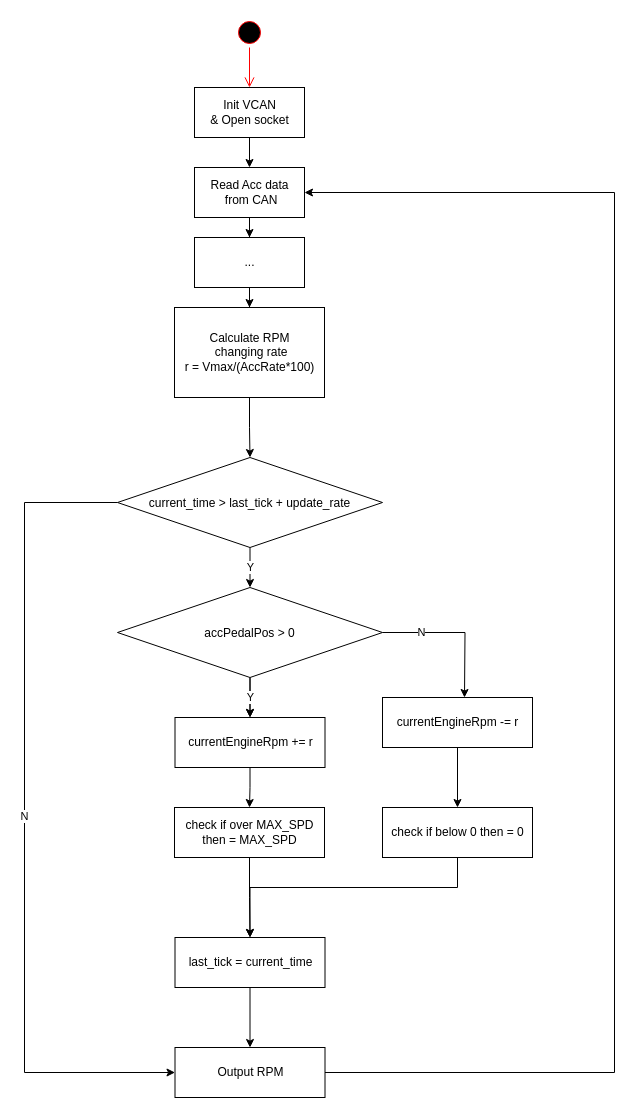
yongsenliu/Ramone keeps this draw.io diagram as Requirements/ControlFlowDiagram.drawio. Above is the earlier version. Source tidied: cells renumbered, new cells numbered last; positions are measured from the earlier drawing's top-left corner, leaving out a move shared by most shapes. Both pictures are drawn from the tidied source at 100%, with x=0, y=0 at pixel (24, 17).
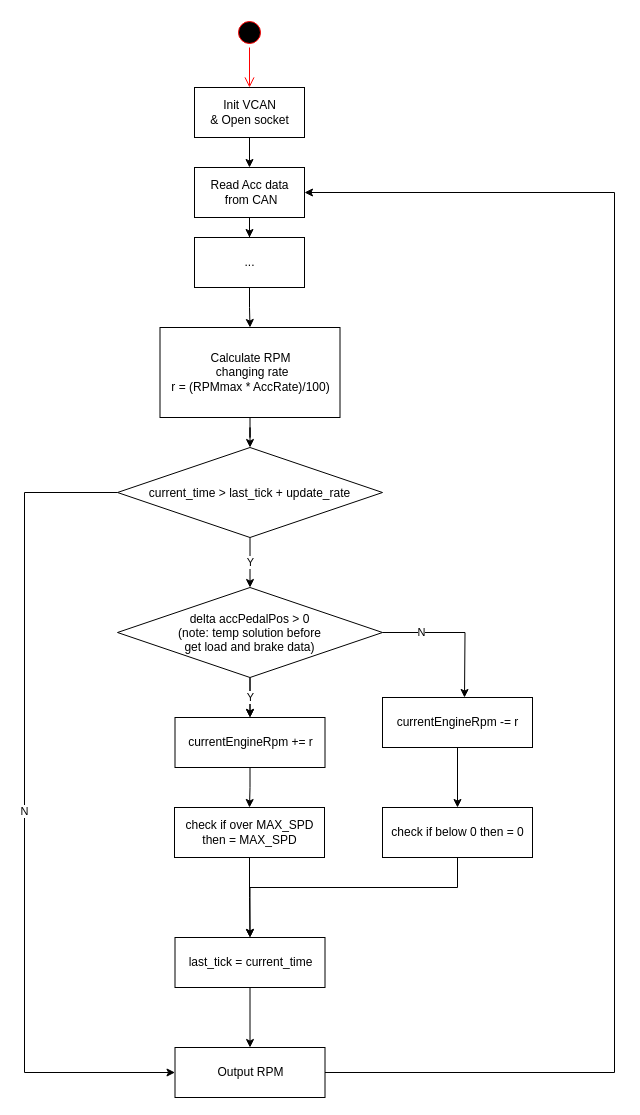
After the change.

Commit message (it also covers changes not shown here):
updated control flow diagram, and minor updates in code.

Unchanged cells that the change refers to:
```xml
<mxCell id="30" value="Output RPM" style="html=1;" parent="1" vertex="1">
  <mxGeometry x="150.5" y="1030" width="150" height="50" as="geometry" />
</mxCell>
```

Change to the diagram source:
```diff
@@
-    <mxCell id="7" value="N" style="edgeStyle=orthogonalEdgeStyle;rounded=0;jettySize=auto;html=1;entryX=0;entryY=0.5;entryDx=0;entryDy=0;" parent="1" edge="1" source="8" target="30">
+    <mxCell id="7" value="N" style="edgeStyle=orthogonalEdgeStyle;rounded=0;jettySize=auto;html=1;entryX=0;entryY=0.5;entryDx=0;entryDy=0;exitX=0;exitY=0.5;exitDx=0;exitDy=0;" parent="1" edge="1" source="8" target="30">
       <mxGeometry relative="1" as="geometry">
         <Array as="points">
-          <mxPoint y="485" />
+          <mxPoint y="475" />
           <mxPoint y="1055" />
         </Array>
       </mxGeometry>
     </mxCell>
     <mxCell id="8" value="current_time &gt; last_tick + update_rate" style="rhombus;" parent="1" vertex="1">
-      <mxGeometry x="93" y="440" width="265" height="90" as="geometry" />
+      <mxGeometry x="93" y="430" width="265" height="90" as="geometry" />
     </mxCell>
@@
-    <mxCell id="12" value="Calculate RPM&lt;br&gt;&amp;nbsp;changing rate&lt;br&gt;r = Vmax/(AccRate*100)" style="html=1;" parent="1" vertex="1">
-      <mxGeometry x="150" y="290" width="150" height="90" as="geometry" />
+    <mxCell id="12" value="Calculate RPM&lt;br&gt;&amp;nbsp;changing rate&lt;br&gt;r = (RPMmax * AccRate)/100)" style="html=1;" parent="1" vertex="1">
+      <mxGeometry x="135.5" y="310" width="180" height="90" as="geometry" />
     </mxCell>
@@
-    <mxCell id="20" value="accPedalPos &gt; 0" style="rhombus;" parent="1" vertex="1">
+    <mxCell id="20" value="delta accPedalPos &gt; 0&#10;(note: temp solution before&#10;get load and brake data)" style="rhombus;" parent="1" vertex="1">
       <mxGeometry x="93" y="570" width="265" height="90" as="geometry" />
     </mxCell>
```
